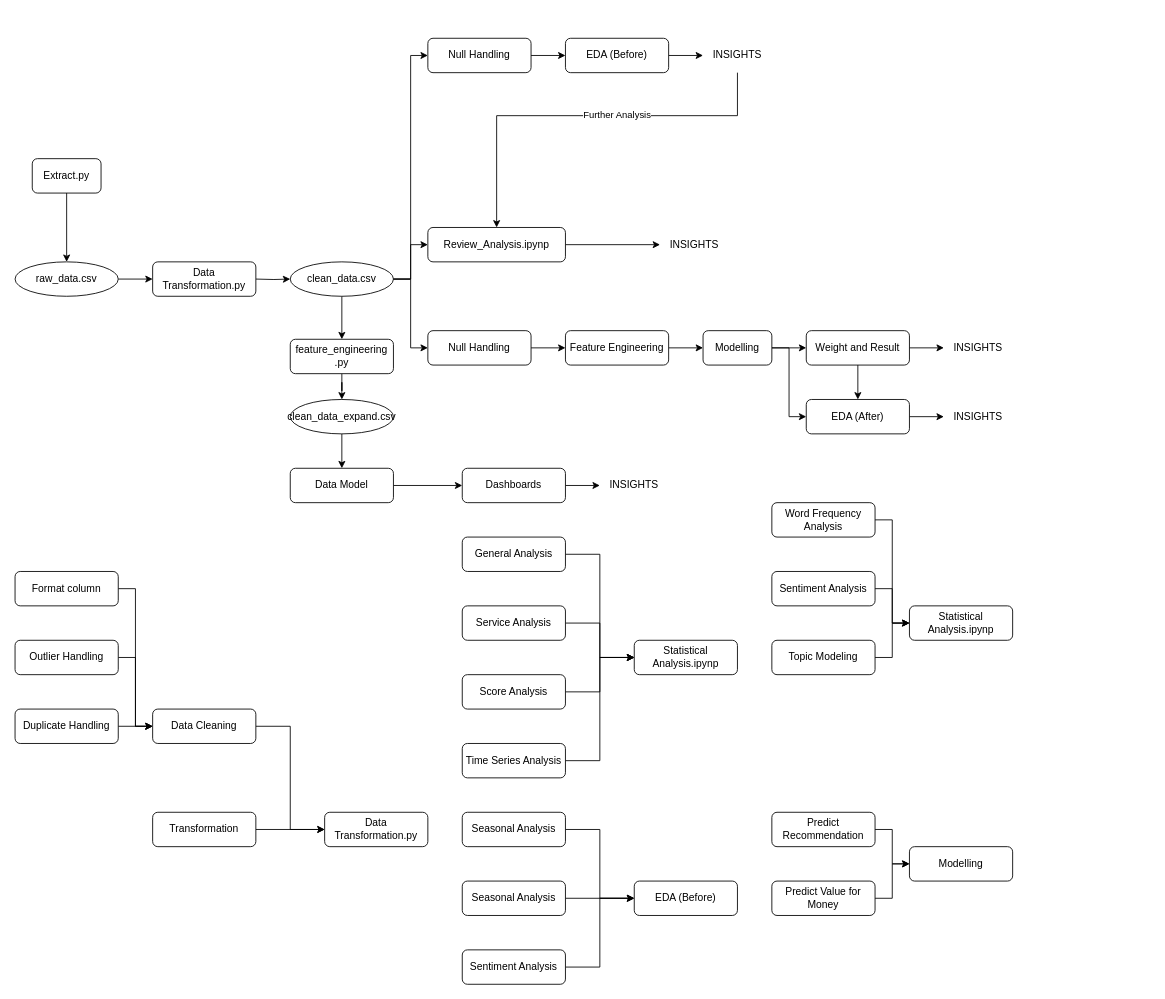
Earlier version of the draw.io diagram diagram/Flow Chart.drawio (MarkPhamm/British-Airway). Source tidied: cells renumbered, new cells numbered last; positions are measured from the earlier drawing's top-left corner, leaving out a move shared by most shapes. Both pictures are drawn from the tidied source at 86%, with x=0, y=0 at pixel (15, 38).
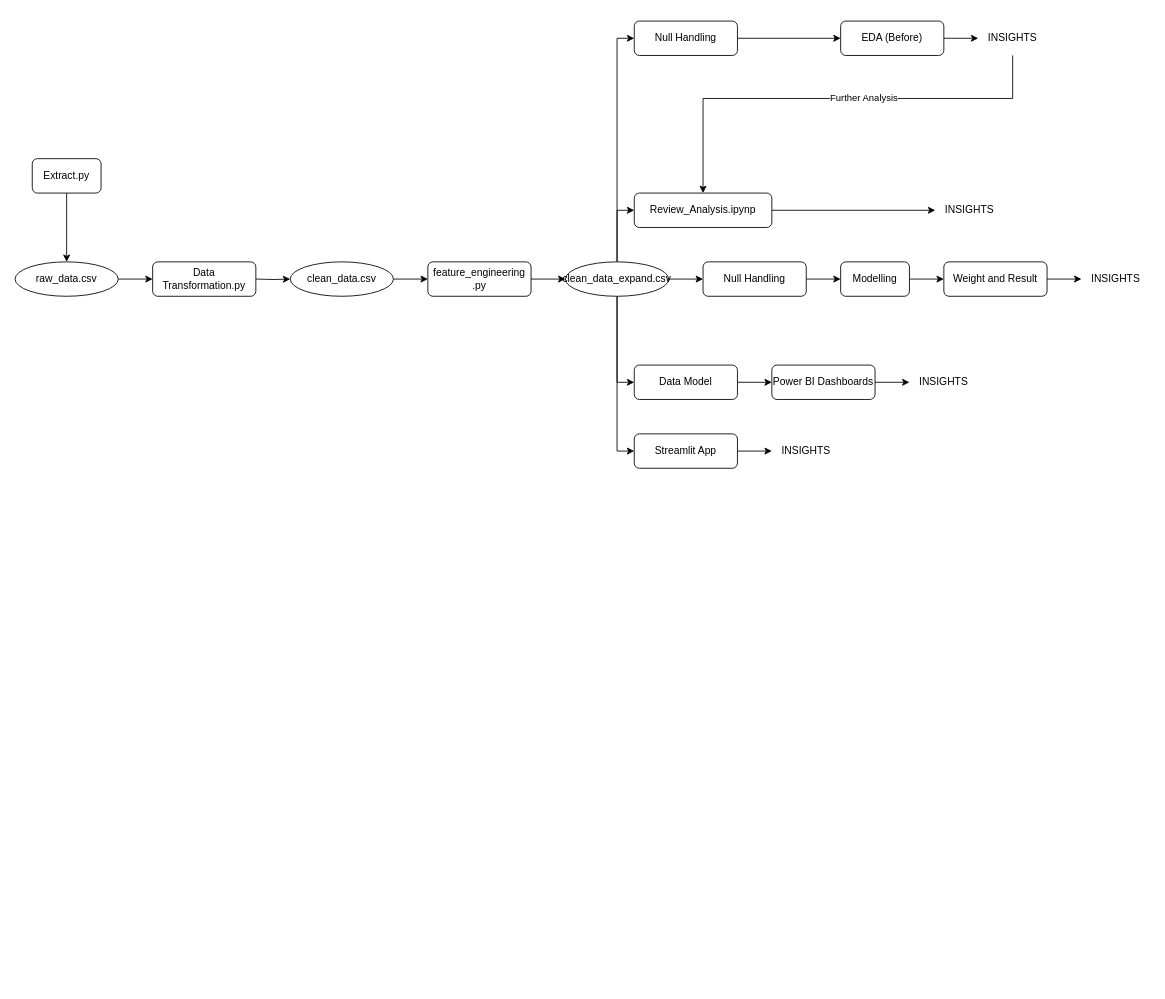
The same page after the edit.

Unchanged cells that the change refers to:
```xml
<mxCell id="12" value="clean_data.csv" style="ellipse;whiteSpace=wrap;html=1;rounded=1;glass=0;strokeWidth=1;shadow=0;" parent="1" vertex="1">
  <mxGeometry x="320" y="260" width="120" height="40" as="geometry" />
</mxCell>
```

Diff of the diagram source:
```diff
@@
-    <mxCell id="8" style="edgeStyle=orthogonalEdgeStyle;rounded=0;jettySize=auto;html=1;entryX=0;entryY=0.5;entryDx=0;entryDy=0;" parent="1" edge="1" source="43" target="15">
-      <mxGeometry relative="1" as="geometry" />
-    </mxCell>
-    <mxCell id="9" style="rounded=0;jettySize=auto;html=1;entryX=0.5;entryY=0;entryDx=0;entryDy=0;exitX=0.5;exitY=1;exitDx=0;exitDy=0;" parent="1" edge="1" source="82" target="81">
-      <mxGeometry relative="1" as="geometry" />
-    </mxCell>
-    <mxCell id="10" style="edgeStyle=orthogonalEdgeStyle;rounded=0;jettySize=auto;html=1;entryX=0;entryY=0.5;entryDx=0;entryDy=0;" parent="1" edge="1" source="12" target="77">
-      <mxGeometry relative="1" as="geometry" />
-    </mxCell>
-    <mxCell id="11" style="edgeStyle=orthogonalEdgeStyle;rounded=0;jettySize=auto;html=1;entryX=0.5;entryY=0;entryDx=0;entryDy=0;" parent="1" edge="1" source="12" target="84">
+    <mxCell id="11" style="edgeStyle=orthogonalEdgeStyle;rounded=0;jettySize=auto;html=1;entryX=0;entryY=0.5;entryDx=0;entryDy=0;" parent="1" edge="1" source="12" target="84">
       <mxGeometry relative="1" as="geometry" />
     </mxCell>
@@
-    <mxCell id="13" style="edgeStyle=orthogonalEdgeStyle;rounded=0;jettySize=auto;html=1;entryX=0;entryY=0.5;entryDx=0;entryDy=0;" parent="1" edge="1" source="15" target="17">
-      <mxGeometry relative="1" as="geometry" />
-    </mxCell>
-    <mxCell id="14" style="edgeStyle=orthogonalEdgeStyle;rounded=0;jettySize=auto;html=1;exitX=1;exitY=0.5;exitDx=0;exitDy=0;entryX=0;entryY=0.5;entryDx=0;entryDy=0;" parent="1" edge="1" source="15" target="20">
+    <mxCell id="14" style="edgeStyle=orthogonalEdgeStyle;rounded=0;jettySize=auto;html=1;" parent="1" edge="1" source="15" target="20">
       <mxGeometry relative="1" as="geometry" />
     </mxCell>
     <mxCell id="15" value="Modelling" style="rounded=1;whiteSpace=wrap;html=1;fontSize=12;glass=0;strokeWidth=1;shadow=0;" parent="1" vertex="1">
-      <mxGeometry x="800" y="340" width="80" height="40" as="geometry" />
+      <mxGeometry x="960" y="260" width="80" height="40" as="geometry" />
     </mxCell>
-    <mxCell id="16" style="edgeStyle=orthogonalEdgeStyle;rounded=0;jettySize=auto;html=1;exitX=1;exitY=0.5;exitDx=0;exitDy=0;" parent="1" edge="1" source="17" target="25">
-      <mxGeometry relative="1" as="geometry" />
-    </mxCell>
-    <mxCell id="17" value="EDA (After)" style="rounded=1;whiteSpace=wrap;html=1;fontSize=12;glass=0;strokeWidth=1;shadow=0;" parent="1" vertex="1">
-      <mxGeometry x="920" y="420" width="120" height="40" as="geometry" />
-    </mxCell>
-    <mxCell id="18" style="edgeStyle=orthogonalEdgeStyle;rounded=0;jettySize=auto;html=1;exitX=0.5;exitY=1;exitDx=0;exitDy=0;" parent="1" edge="1" source="20" target="17">
-      <mxGeometry relative="1" as="geometry" />
-    </mxCell>
@@
     <mxCell id="20" value="Weight and Result" style="rounded=1;whiteSpace=wrap;html=1;" parent="1" vertex="1">
-      <mxGeometry x="920" y="340" width="120" height="40" as="geometry" />
+      <mxGeometry x="1080" y="260" width="120" height="40" as="geometry" />
     </mxCell>
@@
-    <mxCell id="22" value="Dashboards" style="rounded=1;whiteSpace=wrap;html=1;" parent="1" vertex="1">
-      <mxGeometry x="520" y="500" width="120" height="40" as="geometry" />
+    <mxCell id="22" value="Power BI Dashboards" style="rounded=1;whiteSpace=wrap;html=1;" parent="1" vertex="1">
+      <mxGeometry x="880" y="380" width="120" height="40" as="geometry" />
     </mxCell>
     <mxCell id="23" value="INSIGHTS" style="text;html=1;align=center;verticalAlign=middle;whiteSpace=wrap;rounded=0;" parent="1" vertex="1">
-      <mxGeometry x="1080" y="340" width="80" height="40" as="geometry" />
+      <mxGeometry x="1240" y="260" width="80" height="40" as="geometry" />
     </mxCell>
     <mxCell id="24" value="INSIGHTS" style="text;html=1;align=center;verticalAlign=middle;whiteSpace=wrap;rounded=0;" parent="1" vertex="1">
-      <mxGeometry x="680" y="500" width="80" height="40" as="geometry" />
+      <mxGeometry x="1040" y="380" width="80" height="40" as="geometry" />
     </mxCell>
-    <mxCell id="25" value="INSIGHTS" style="text;html=1;align=center;verticalAlign=middle;whiteSpace=wrap;rounded=0;" parent="1" vertex="1">
-      <mxGeometry x="1080" y="420" width="80" height="40" as="geometry" />
-    </mxCell>
-    <mxCell id="26" value="Data Transformation.py" style="rounded=1;whiteSpace=wrap;html=1;glass=0;strokeWidth=1;shadow=0;" parent="1" vertex="1">
-      <mxGeometry x="360" y="900" width="120" height="40" as="geometry" />
-    </mxCell>
-    <mxCell id="27" style="edgeStyle=orthogonalEdgeStyle;rounded=0;jettySize=auto;html=1;entryX=0;entryY=0.5;entryDx=0;entryDy=0;" parent="1" edge="1" source="28" target="26">
-      <mxGeometry relative="1" as="geometry" />
-    </mxCell>
-    <mxCell id="28" value="Data Cleaning" style="rounded=1;whiteSpace=wrap;html=1;glass=0;strokeWidth=1;shadow=0;" parent="1" vertex="1">
-      <mxGeometry x="160" y="780" width="120" height="40" as="geometry" />
-    </mxCell>
-    <mxCell id="29" style="edgeStyle=orthogonalEdgeStyle;rounded=0;jettySize=auto;html=1;entryX=0;entryY=0.5;entryDx=0;entryDy=0;" parent="1" edge="1" source="30" target="26">
-      <mxGeometry relative="1" as="geometry" />
-    </mxCell>
-    <mxCell id="30" value="Transformation" style="rounded=1;whiteSpace=wrap;html=1;glass=0;strokeWidth=1;shadow=0;" parent="1" vertex="1">
-      <mxGeometry x="160" y="900" width="120" height="40" as="geometry" />
-    </mxCell>
-    <mxCell id="31" style="edgeStyle=orthogonalEdgeStyle;rounded=0;jettySize=auto;html=1;entryX=0;entryY=0.5;entryDx=0;entryDy=0;" parent="1" edge="1" source="32" target="28">
-      <mxGeometry relative="1" as="geometry" />
-    </mxCell>
-    <mxCell id="32" value="Format column" style="rounded=1;whiteSpace=wrap;html=1;glass=0;strokeWidth=1;shadow=0;" parent="1" vertex="1">
-      <mxGeometry y="620" width="120" height="40" as="geometry" />
-    </mxCell>
-    <mxCell id="33" style="edgeStyle=orthogonalEdgeStyle;rounded=0;jettySize=auto;html=1;entryX=0;entryY=0.5;entryDx=0;entryDy=0;" parent="1" edge="1" source="34" target="28">
-      <mxGeometry relative="1" as="geometry" />
-    </mxCell>
-    <mxCell id="34" value="Outlier Handling" style="rounded=1;whiteSpace=wrap;html=1;glass=0;strokeWidth=1;shadow=0;" parent="1" vertex="1">
-      <mxGeometry y="700" width="120" height="40" as="geometry" />
-    </mxCell>
-    <mxCell id="35" style="edgeStyle=orthogonalEdgeStyle;rounded=0;jettySize=auto;html=1;" parent="1" edge="1" source="36" target="28">
-      <mxGeometry relative="1" as="geometry" />
-    </mxCell>
-    <mxCell id="36" value="Duplicate Handling" style="rounded=1;whiteSpace=wrap;html=1;glass=0;strokeWidth=1;shadow=0;" parent="1" vertex="1">
-      <mxGeometry y="780" width="120" height="40" as="geometry" />
-    </mxCell>
-    <mxCell id="37" style="edgeStyle=orthogonalEdgeStyle;rounded=0;jettySize=auto;html=1;entryX=0;entryY=0.5;entryDx=0;entryDy=0;" parent="1" edge="1" source="38" target="46">
+    <mxCell id="37" style="edgeStyle=orthogonalEdgeStyle;rounded=0;jettySize=auto;html=1;" parent="1" edge="1" source="38" target="46">
       <mxGeometry relative="1" as="geometry" />
     </mxCell>
     <mxCell id="38" value="EDA (Before)" style="rounded=1;whiteSpace=wrap;html=1;fontSize=12;glass=0;strokeWidth=1;shadow=0;" parent="1" vertex="1">
-      <mxGeometry x="640" width="120" height="40" as="geometry" />
+      <mxGeometry x="960" y="-20" width="120" height="40" as="geometry" />
     </mxCell>
@@
     <mxCell id="40" value="Null Handling" style="rounded=1;whiteSpace=wrap;html=1;glass=0;strokeWidth=1;shadow=0;" parent="1" vertex="1">
-      <mxGeometry x="480" width="120" height="40" as="geometry" />
+      <mxGeometry x="720" y="-20" width="120" height="40" as="geometry" />
     </mxCell>
-    <mxCell id="41" style="endArrow=classic;html=1;rounded=0;entryX=0;entryY=0.5;entryDx=0;entryDy=0;exitX=1;exitY=0.5;exitDx=0;exitDy=0;edgeStyle=orthogonalEdgeStyle;" parent="1" edge="1" source="12" target="40">
-      <mxGeometry relative="1" as="geometry">
-        <Array as="points">
-          <mxPoint x="460" y="280" />
-          <mxPoint x="460" y="20" />
-        </Array>
-      </mxGeometry>
-    </mxCell>
-    <mxCell id="42" style="edgeStyle=orthogonalEdgeStyle;rounded=0;jettySize=auto;html=1;exitX=1;exitY=0.5;exitDx=0;exitDy=0;entryX=0;entryY=0.5;entryDx=0;entryDy=0;" parent="1" edge="1" source="47" target="43">
-      <mxGeometry relative="1" as="geometry" />
-    </mxCell>
-    <mxCell id="43" value="Feature Engineering" style="rounded=1;whiteSpace=wrap;html=1;" parent="1" vertex="1">
-      <mxGeometry x="640" y="340" width="120" height="40" as="geometry" />
-    </mxCell>
     <mxCell id="44" style="edgeStyle=orthogonalEdgeStyle;rounded=0;jettySize=auto;html=1;exitX=0.5;exitY=1;exitDx=0;exitDy=0;entryX=0.5;entryY=0;entryDx=0;entryDy=0;" parent="1" edge="1" source="46" target="77">
       <mxGeometry relative="1" as="geometry">
         <Array as="points">
-          <mxPoint x="840" y="90" />
-          <mxPoint x="560" y="90" />
+          <mxPoint x="1160" y="70" />
+          <mxPoint x="800" y="70" />
         </Array>
       </mxGeometry>
     </mxCell>
@@
+    <mxCell id="85" style="edgeStyle=orthogonalEdgeStyle;rounded=0;jettySize=auto;html=1;exitX=0.5;exitY=0;exitDx=0;exitDy=0;" parent="1" edge="1" source="46">
+      <mxGeometry relative="1" as="geometry">
+        <mxPoint x="1160" y="-20" as="targetPoint" />
+      </mxGeometry>
+    </mxCell>
     <mxCell id="46" value="INSIGHTS" style="text;html=1;align=center;verticalAlign=middle;whiteSpace=wrap;rounded=0;" parent="1" vertex="1">
-      <mxGeometry x="800" width="80" height="40" as="geometry" />
+      <mxGeometry x="1120" y="-20" width="80" height="40" as="geometry" />
     </mxCell>
+    <mxCell id="86" style="edgeStyle=orthogonalEdgeStyle;rounded=0;jettySize=auto;html=1;" parent="1" edge="1" source="47" target="15">
+      <mxGeometry relative="1" as="geometry" />
+    </mxCell>
     <mxCell id="47" value="Null Handling" style="rounded=1;whiteSpace=wrap;html=1;" parent="1" vertex="1">
-      <mxGeometry x="480" y="340" width="120" height="40" as="geometry" />
+      <mxGeometry x="800" y="260" width="120" height="40" as="geometry" />
     </mxCell>
-    <mxCell id="48" style="edgeStyle=orthogonalEdgeStyle;rounded=0;jettySize=auto;html=1;entryX=0;entryY=0.5;entryDx=0;entryDy=0;" parent="1" edge="1" source="49" target="52">
-      <mxGeometry relative="1" as="geometry" />
-    </mxCell>
-    <mxCell id="49" value="Predict Recommendation" style="rounded=1;whiteSpace=wrap;html=1;" parent="1" vertex="1">
-      <mxGeometry x="880" y="900" width="120" height="40" as="geometry" />
-    </mxCell>
-    <mxCell id="50" style="edgeStyle=orthogonalEdgeStyle;rounded=0;jettySize=auto;html=1;" parent="1" edge="1" source="51" target="52">
-      <mxGeometry relative="1" as="geometry" />
-    </mxCell>
-    <mxCell id="51" value="Predict Value for Money" style="rounded=1;whiteSpace=wrap;html=1;" parent="1" vertex="1">
-      <mxGeometry x="880" y="980" width="120" height="40" as="geometry" />
-    </mxCell>
-    <mxCell id="52" value="Modelling" style="rounded=1;whiteSpace=wrap;html=1;" parent="1" vertex="1">
-      <mxGeometry x="1040" y="940" width="120" height="40" as="geometry" />
-    </mxCell>
-    <mxCell id="53" style="edgeStyle=orthogonalEdgeStyle;rounded=0;jettySize=auto;html=1;" parent="1" edge="1" source="54">
-      <mxGeometry relative="1" as="geometry">
-        <mxPoint x="720" y="720" as="targetPoint" />
-        <Array as="points">
-          <mxPoint x="680" y="680" />
-          <mxPoint x="680" y="720" />
-        </Array>
-      </mxGeometry>
-    </mxCell>
-    <mxCell id="54" value="Service Analysis" style="rounded=1;whiteSpace=wrap;html=1;" parent="1" vertex="1">
-      <mxGeometry x="520" y="660" width="120" height="40" as="geometry" />
-    </mxCell>
-    <mxCell id="55" style="edgeStyle=orthogonalEdgeStyle;rounded=0;jettySize=auto;html=1;entryX=0;entryY=0.5;entryDx=0;entryDy=0;" parent="1" edge="1" source="56" target="67">
-      <mxGeometry relative="1" as="geometry" />
-    </mxCell>
-    <mxCell id="56" value="Score Analysis" style="rounded=1;whiteSpace=wrap;html=1;" parent="1" vertex="1">
-      <mxGeometry x="520" y="740" width="120" height="40" as="geometry" />
-    </mxCell>
-    <mxCell id="57" style="edgeStyle=orthogonalEdgeStyle;rounded=0;jettySize=auto;html=1;entryX=0;entryY=0.5;entryDx=0;entryDy=0;" parent="1" edge="1" source="58" target="67">
-      <mxGeometry relative="1" as="geometry" />
-    </mxCell>
-    <mxCell id="58" value="Time Series Analysis" style="rounded=1;whiteSpace=wrap;html=1;" parent="1" vertex="1">
-      <mxGeometry x="520" y="820" width="120" height="40" as="geometry" />
-    </mxCell>
-    <mxCell id="59" style="edgeStyle=orthogonalEdgeStyle;rounded=0;jettySize=auto;html=1;entryX=0;entryY=0.5;entryDx=0;entryDy=0;" parent="1" edge="1" source="60" target="67">
-      <mxGeometry relative="1" as="geometry" />
-    </mxCell>
-    <mxCell id="60" value="General Analysis" style="rounded=1;whiteSpace=wrap;html=1;" parent="1" vertex="1">
-      <mxGeometry x="520" y="580" width="120" height="40" as="geometry" />
-    </mxCell>
-    <mxCell id="61" style="edgeStyle=orthogonalEdgeStyle;rounded=0;jettySize=auto;html=1;entryX=0;entryY=0.5;entryDx=0;entryDy=0;" parent="1" edge="1" source="62" target="68">
-      <mxGeometry relative="1" as="geometry" />
-    </mxCell>
-    <mxCell id="62" value="Sentiment Analysis" style="rounded=1;whiteSpace=wrap;html=1;fontSize=12;glass=0;strokeWidth=1;shadow=0;" parent="1" vertex="1">
-      <mxGeometry x="520" y="1060" width="120" height="40" as="geometry" />
-    </mxCell>
-    <mxCell id="63" style="edgeStyle=orthogonalEdgeStyle;rounded=0;jettySize=auto;html=1;" parent="1" edge="1" source="64" target="68">
-      <mxGeometry relative="1" as="geometry" />
-    </mxCell>
-    <mxCell id="64" value="Seasonal Analysis" style="rounded=1;whiteSpace=wrap;html=1;fontSize=12;glass=0;strokeWidth=1;shadow=0;" parent="1" vertex="1">
-      <mxGeometry x="520" y="980" width="120" height="40" as="geometry" />
-    </mxCell>
-    <mxCell id="65" style="edgeStyle=orthogonalEdgeStyle;rounded=0;jettySize=auto;html=1;entryX=0;entryY=0.5;entryDx=0;entryDy=0;" parent="1" edge="1" source="66" target="68">
-      <mxGeometry relative="1" as="geometry" />
-    </mxCell>
-    <mxCell id="66" value="Seasonal Analysis" style="rounded=1;whiteSpace=wrap;html=1;fontSize=12;glass=0;strokeWidth=1;shadow=0;" parent="1" vertex="1">
-      <mxGeometry x="520" y="900" width="120" height="40" as="geometry" />
-    </mxCell>
-    <mxCell id="67" value="Statistical Analysis.ipynp" style="rounded=1;whiteSpace=wrap;html=1;fontSize=12;glass=0;strokeWidth=1;shadow=0;" parent="1" vertex="1">
-      <mxGeometry x="720" y="700" width="120" height="40" as="geometry" />
-    </mxCell>
-    <mxCell id="68" value="EDA (Before)" style="rounded=1;whiteSpace=wrap;html=1;fontSize=12;glass=0;strokeWidth=1;shadow=0;" parent="1" vertex="1">
-      <mxGeometry x="720" y="980" width="120" height="40" as="geometry" />
-    </mxCell>
-    <mxCell id="69" style="edgeStyle=orthogonalEdgeStyle;rounded=0;jettySize=auto;html=1;entryX=0;entryY=0.5;entryDx=0;entryDy=0;" parent="1" edge="1" source="70" target="75">
-      <mxGeometry relative="1" as="geometry" />
-    </mxCell>
-    <mxCell id="70" value="Sentiment Analysis" style="rounded=1;whiteSpace=wrap;html=1;" parent="1" vertex="1">
-      <mxGeometry x="880" y="620" width="120" height="40" as="geometry" />
-    </mxCell>
-    <mxCell id="71" style="edgeStyle=orthogonalEdgeStyle;rounded=0;jettySize=auto;html=1;entryX=0;entryY=0.5;entryDx=0;entryDy=0;" parent="1" edge="1" source="72" target="75">
-      <mxGeometry relative="1" as="geometry" />
-    </mxCell>
-    <mxCell id="72" value="Topic Modeling" style="rounded=1;whiteSpace=wrap;html=1;" parent="1" vertex="1">
-      <mxGeometry x="880" y="700" width="120" height="40" as="geometry" />
-    </mxCell>
-    <mxCell id="73" style="edgeStyle=orthogonalEdgeStyle;rounded=0;jettySize=auto;html=1;entryX=0;entryY=0.5;entryDx=0;entryDy=0;" parent="1" edge="1" source="74" target="75">
-      <mxGeometry relative="1" as="geometry" />
-    </mxCell>
-    <mxCell id="74" value="Word Frequency Analysis" style="rounded=1;whiteSpace=wrap;html=1;" parent="1" vertex="1">
-      <mxGeometry x="880" y="540" width="120" height="40" as="geometry" />
-    </mxCell>
-    <mxCell id="75" value="Statistical Analysis.ipynp" style="rounded=1;whiteSpace=wrap;html=1;fontSize=12;glass=0;strokeWidth=1;shadow=0;" parent="1" vertex="1">
-      <mxGeometry x="1040" y="660" width="120" height="40" as="geometry" />
-    </mxCell>
@@
     <mxCell id="77" value="Review_Analysis.ipynp" style="rounded=1;whiteSpace=wrap;html=1;glass=0;strokeWidth=1;shadow=0;" parent="1" vertex="1">
-      <mxGeometry x="480" y="220" width="160" height="40" as="geometry" />
+      <mxGeometry x="720" y="180" width="160" height="40" as="geometry" />
     </mxCell>
     <mxCell id="78" value="INSIGHTS" style="text;html=1;align=center;verticalAlign=middle;whiteSpace=wrap;rounded=0;" parent="1" vertex="1">
-      <mxGeometry x="750" y="220" width="80" height="40" as="geometry" />
+      <mxGeometry x="1070" y="180" width="80" height="40" as="geometry" />
     </mxCell>
-    <mxCell id="79" style="endArrow=classic;html=1;rounded=0;exitX=1;exitY=0.5;exitDx=0;exitDy=0;entryX=0;entryY=0.5;entryDx=0;entryDy=0;edgeStyle=orthogonalEdgeStyle;" parent="1" edge="1" source="12" target="47">
-      <mxGeometry relative="1" as="geometry" />
-    </mxCell>
@@
     <mxCell id="81" value="Data Model" style="rounded=1;whiteSpace=wrap;html=1;" parent="1" vertex="1">
-      <mxGeometry x="320" y="500" width="120" height="40" as="geometry" />
+      <mxGeometry x="720" y="380" width="120" height="40" as="geometry" />
     </mxCell>
+    <mxCell id="87" style="edgeStyle=orthogonalEdgeStyle;rounded=0;jettySize=auto;html=1;" parent="1" edge="1" source="82" target="47">
+      <mxGeometry relative="1" as="geometry" />
+    </mxCell>
+    <mxCell id="88" style="edgeStyle=orthogonalEdgeStyle;rounded=0;jettySize=auto;html=1;" parent="1" edge="1" source="82" target="40">
+      <mxGeometry relative="1" as="geometry">
+        <Array as="points">
+          <mxPoint x="700" />
+        </Array>
+      </mxGeometry>
+    </mxCell>
+    <mxCell id="89" style="edgeStyle=orthogonalEdgeStyle;rounded=0;jettySize=auto;html=1;entryX=0;entryY=0.5;entryDx=0;entryDy=0;" parent="1" edge="1" source="82" target="77">
+      <mxGeometry relative="1" as="geometry">
+        <Array as="points">
+          <mxPoint x="700" y="200" />
+        </Array>
+      </mxGeometry>
+    </mxCell>
+    <mxCell id="9" style="edgeStyle=orthogonalEdgeStyle;rounded=0;jettySize=auto;html=1;entryX=0;entryY=0.5;entryDx=0;entryDy=0;" parent="1" edge="1" source="82" target="81">
+      <mxGeometry relative="1" as="geometry" />
+    </mxCell>
+    <mxCell id="90" style="edgeStyle=orthogonalEdgeStyle;rounded=0;jettySize=auto;html=1;entryX=0;entryY=0.5;entryDx=0;entryDy=0;" parent="1" edge="1" source="82" target="92">
+      <mxGeometry relative="1" as="geometry" />
+    </mxCell>
     <mxCell id="82" value="clean_data_expand.csv" style="ellipse;whiteSpace=wrap;html=1;rounded=1;glass=0;strokeWidth=1;shadow=0;" parent="1" vertex="1">
-      <mxGeometry x="320" y="420" width="120" height="40" as="geometry" />
+      <mxGeometry x="640" y="260" width="120" height="40" as="geometry" />
     </mxCell>
-    <mxCell id="83" style="edgeStyle=orthogonalEdgeStyle;rounded=0;jettySize=auto;html=1;entryX=0.5;entryY=0;entryDx=0;entryDy=0;" parent="1" edge="1" source="84" target="82">
+    <mxCell id="83" style="edgeStyle=orthogonalEdgeStyle;rounded=0;jettySize=auto;html=1;" parent="1" edge="1" source="84" target="82">
       <mxGeometry relative="1" as="geometry" />
     </mxCell>
     <mxCell id="84" value="feature_engineering&lt;div&gt;&lt;span style=&quot;background-color: initial;&quot;&gt;.py&lt;/span&gt;&lt;/div&gt;" style="rounded=1;whiteSpace=wrap;html=1;glass=0;strokeWidth=1;shadow=0;" parent="1" vertex="1">
-      <mxGeometry x="320" y="350" width="120" height="40" as="geometry" />
+      <mxGeometry x="480" y="260" width="120" height="40" as="geometry" />
     </mxCell>
+    <mxCell id="25" value="INSIGHTS" style="text;html=1;align=center;verticalAlign=middle;whiteSpace=wrap;rounded=0;" parent="1" vertex="1">
+      <mxGeometry x="880" y="460" width="80" height="40" as="geometry" />
+    </mxCell>
+    <mxCell id="91" style="edgeStyle=orthogonalEdgeStyle;rounded=0;jettySize=auto;html=1;" parent="1" edge="1" source="92" target="25">
+      <mxGeometry relative="1" as="geometry" />
+    </mxCell>
+    <mxCell id="92" value="Streamlit App" style="rounded=1;whiteSpace=wrap;html=1;" parent="1" vertex="1">
+      <mxGeometry x="720" y="460" width="120" height="40" as="geometry" />
+    </mxCell>
```
